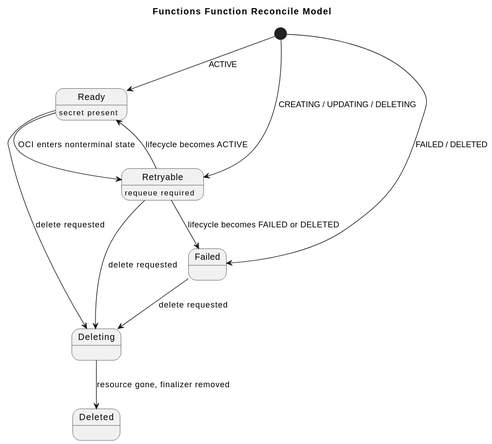
The PlantUML diagram formal/controllers/functions-function/diagrams/state-machine.svg in donoftime/oci-service-operator, before a commit. The source it was exported from:
```plantuml
@startuml
title Functions Function Reconcile Model

[*] --> Ready : ACTIVE
[*] --> Retryable : CREATING / UPDATING / DELETING
[*] --> Failed : FAILED / DELETED

Ready : secret present
Retryable : requeue required

Ready --> Retryable : OCI enters nonterminal state
Retryable --> Ready : lifecycle becomes ACTIVE
Retryable --> Failed : lifecycle becomes FAILED or DELETED
Ready --> Deleting : delete requested
Retryable --> Deleting : delete requested
Failed --> Deleting : delete requested
Deleting --> Deleted : resource gone, finalizer removed
@enduml
```
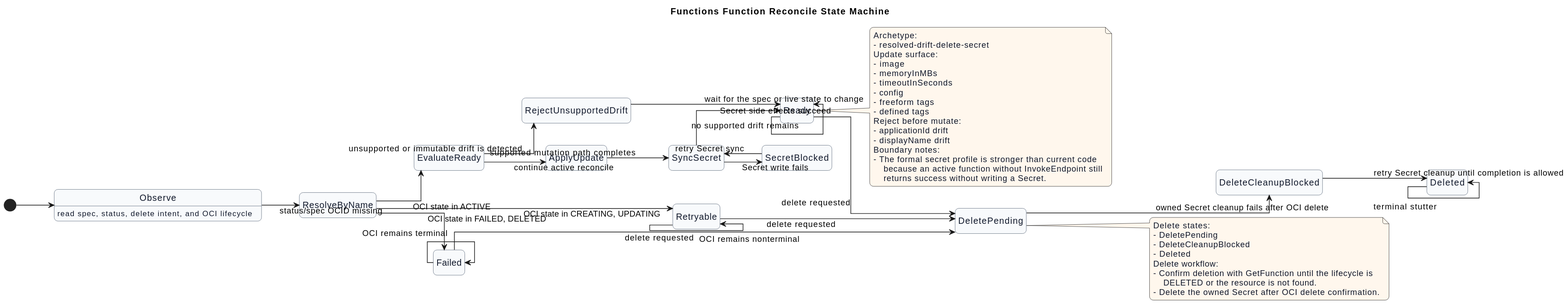
After the change.

What changed in the source:
```diff
@@ -1,18 +1,72 @@
 @startuml
-title Functions Function Reconcile Model
+title Functions Function Reconcile State Machine
+left to right direction
+hide empty description
+skinparam shadowing false
+skinparam linetype ortho
+skinparam roundcorner 12
+skinparam BackgroundColor #FFFFFF
+skinparam defaultTextAlignment left
+skinparam state {
+  BorderColor #475569
+  FontColor #0F172A
+  BackgroundColor #F8FAFC
+}
+skinparam note {
+  BorderColor #B45309
+  BackgroundColor #FFF7ED
+  FontColor #0F172A
+}
+[*] --> Observe
+Observe : read spec, status, delete intent, and OCI lifecycle
+Observe --> ResolveByName : status/spec OCID missing
+ResolveByName --> EvaluateReady : OCI state in ACTIVE
+ResolveByName --> Retryable : OCI state in CREATING, UPDATING
+ResolveByName --> Failed : OCI state in FAILED, DELETED
+EvaluateReady --> RejectUnsupportedDrift : unsupported or immutable drift is detected
+RejectUnsupportedDrift --> Ready : wait for the spec or live state to change
+EvaluateReady --> ApplyUpdate : continue active reconcile
+ApplyUpdate --> SyncSecret : supported mutation path completes
+SyncSecret --> SecretBlocked : Secret write fails
+SecretBlocked --> SyncSecret : retry Secret sync
+SyncSecret --> Ready : Secret side effects succeed
+Ready --> Ready : no supported drift remains
+Retryable --> Retryable : OCI remains nonterminal
+Failed --> Failed : OCI remains terminal
+Ready --> DeletePending : delete requested
+Retryable --> DeletePending : delete requested
+Failed --> DeletePending : delete requested
+DeletePending --> DeleteCleanupBlocked : owned Secret cleanup fails after OCI delete
+DeleteCleanupBlocked --> Deleted : retry Secret cleanup until completion is allowed
+Deleted --> Deleted : terminal stutter
 
-[*] --> Ready : ACTIVE
-[*] --> Retryable : CREATING / UPDATING / DELETING
-[*] --> Failed : FAILED / DELETED
+note right of Ready
+Archetype:
+- resolved-drift-delete-secret
+Update surface:
+- image
+- memoryInMBs
+- timeoutInSeconds
+- config
+- freeform tags
+- defined tags
+Reject before mutate:
+- applicationId drift
+- displayName drift
+Boundary notes:
+- The formal secret profile is stronger than current code
+    because an active function without InvokeEndpoint still
+    returns success without writing a Secret.
+end note
 
-Ready : secret present
-Retryable : requeue required
-
-Ready --> Retryable : OCI enters nonterminal state
-Retryable --> Ready : lifecycle becomes ACTIVE
-Retryable --> Failed : lifecycle becomes FAILED or DELETED
-Ready --> Deleting : delete requested
-Retryable --> Deleting : delete requested
-Failed --> Deleting : delete requested
-Deleting --> Deleted : resource gone, finalizer removed
+note right of DeletePending
+Delete states:
+- DeletePending
+- DeleteCleanupBlocked
+- Deleted
+Delete workflow:
+- Confirm deletion with GetFunction until the lifecycle is
+    DELETED or the resource is not found.
+- Delete the owned Secret after OCI delete confirmation.
+end note
 @enduml
```
